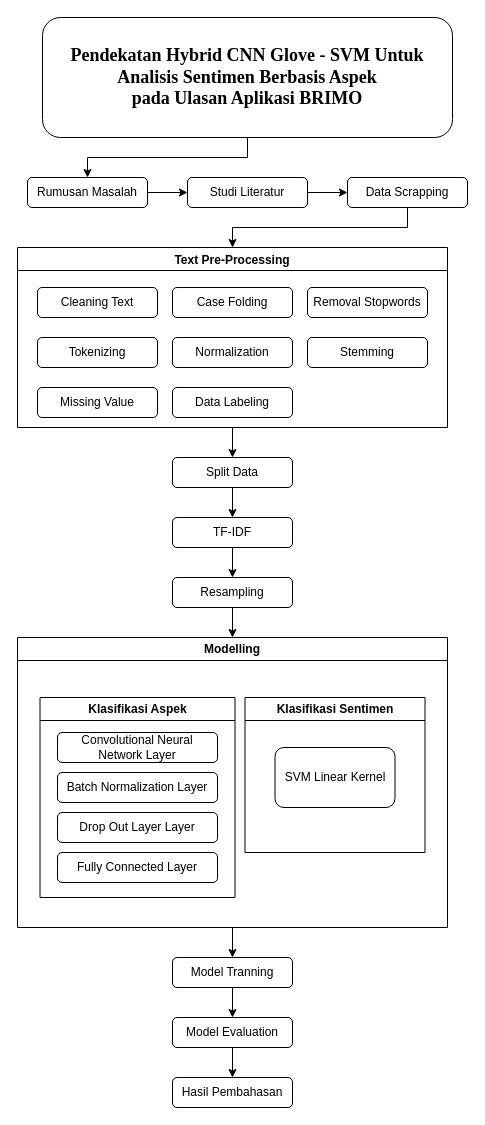
This is tugas-akhir/Metodologi-Penelitian.drawio from xoghub/diagrams, a draw.io file, before an edit. Source tidied: cells renumbered, new cells numbered last; positions are measured from the earlier drawing's top-left corner, leaving out a move shared by most shapes. Both pictures are drawn from the tidied source at 100%, with x=0, y=0 at pixel (17, 17).
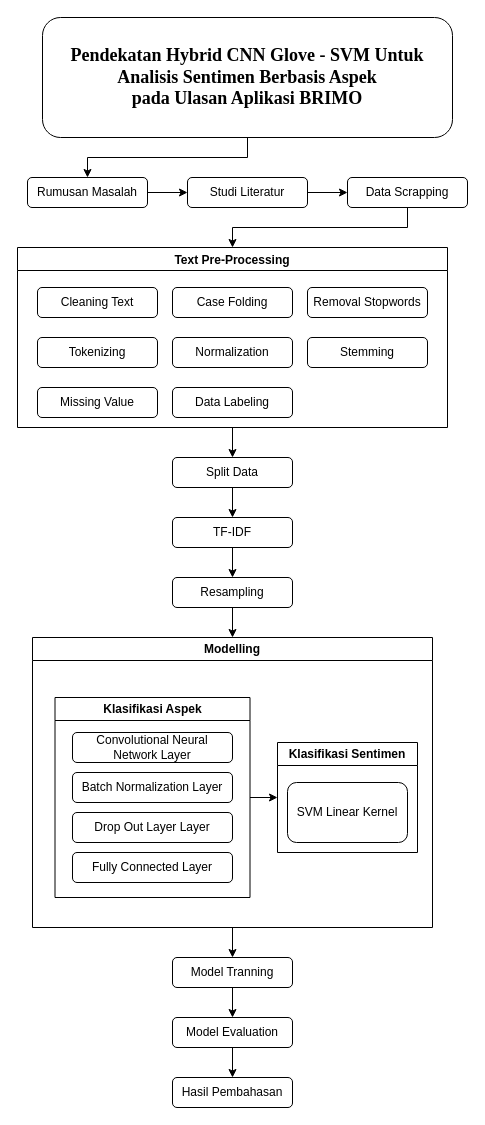
After the change.

Unchanged cells that the change refers to:
```xml
<mxCell id="31" value="Klasifikasi Aspek" style="swimlane;whiteSpace=wrap;html=1;" parent="30" vertex="1">
  <mxGeometry x="22.5" y="60" width="195" height="200" as="geometry" />
</mxCell>
<mxCell id="39" value="Res&lt;span style=&quot;background-color: initial;&quot;&gt;ampling&lt;/span&gt;" style="rounded=1;whiteSpace=wrap;html=1;" parent="1" vertex="1">
  <mxGeometry x="155" y="560" width="120" height="30" as="geometry" />
</mxCell>
```

Change to the diagram source:
```diff
@@
     <mxCell id="30" value="Modelling" style="swimlane;whiteSpace=wrap;html=1;" parent="1" vertex="1">
-      <mxGeometry y="620" width="430" height="290" as="geometry" />
+      <mxGeometry x="15" y="620" width="400" height="290" as="geometry" />
     </mxCell>
+    <mxCell id="40" style="edgeStyle=orthogonalEdgeStyle;rounded=0;jettySize=auto;html=1;exitX=1;exitY=0.5;exitDx=0;exitDy=0;entryX=0;entryY=0.5;entryDx=0;entryDy=0;" parent="30" edge="1" source="31" target="36">
+      <mxGeometry relative="1" as="geometry" />
+    </mxCell>
@@
     <mxCell id="36" value="Klasifikasi Sentimen" style="swimlane;whiteSpace=wrap;html=1;" parent="30" vertex="1">
-      <mxGeometry x="227.5" y="60" width="180" height="155" as="geometry" />
+      <mxGeometry x="245" y="105" width="140" height="110" as="geometry" />
     </mxCell>
     <mxCell id="37" value="SVM Linear Kernel" style="rounded=1;whiteSpace=wrap;html=1;" parent="36" vertex="1">
-      <mxGeometry x="30" y="50" width="120" height="60" as="geometry" />
+      <mxGeometry x="10" y="40" width="120" height="60" as="geometry" />
     </mxCell>
-    <mxCell id="38" style="edgeStyle=orthogonalEdgeStyle;rounded=0;jettySize=auto;html=1;entryX=0.5;entryY=0;entryDx=0;entryDy=0;" parent="1" edge="1" source="39" target="30">
+    <mxCell id="38" style="edgeStyle=orthogonalEdgeStyle;rounded=0;jettySize=auto;html=1;exitX=0.5;exitY=1;exitDx=0;exitDy=0;entryX=0.5;entryY=0;entryDx=0;entryDy=0;" parent="1" edge="1" source="39" target="30">
       <mxGeometry relative="1" as="geometry" />
     </mxCell>
```
